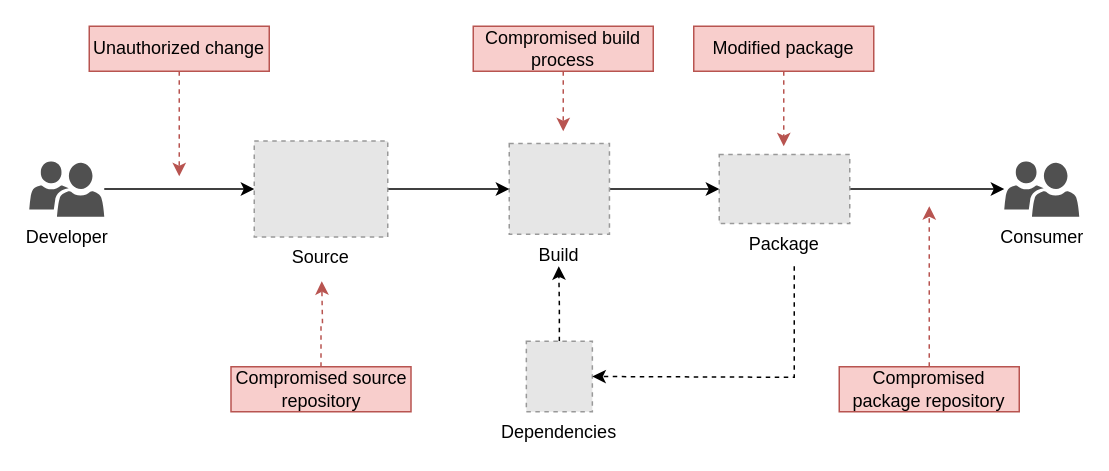
Above: threat_processing.drawio in jenninikko/jenninikko.github.io (draw.io), before the change. Source tidied: cells renumbered, new cells numbered last; positions are measured from the earlier drawing's top-left corner, leaving out a move shared by most shapes. Both pictures are drawn from the tidied source at 150%, with x=0, y=0 at pixel (28, 26). Pictures stored in the file or linked from it are replaced by grey dashed boxes.
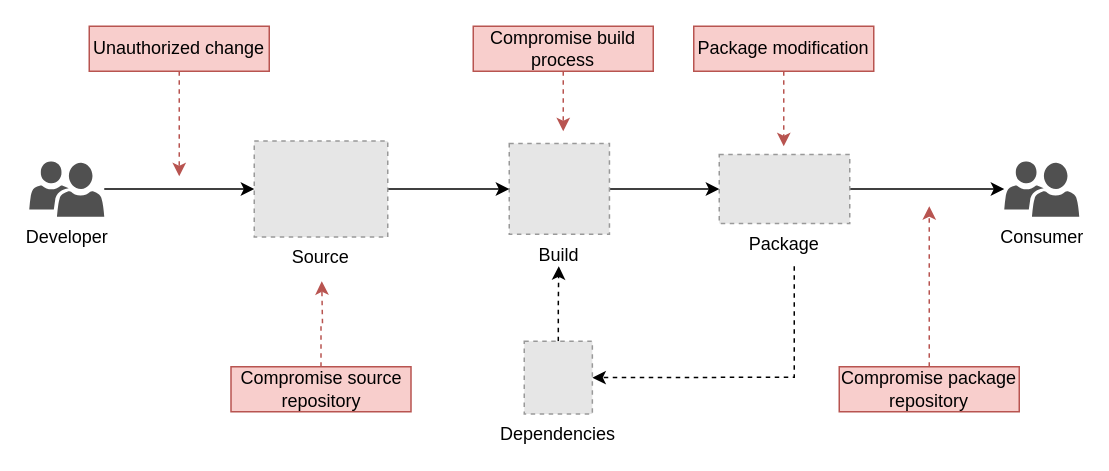
Above is the later version.

What changed in the source:
```diff
@@
     <mxCell id="10" value="Dependencies" style="fillColor=#E6E6E6;strokeColor=#999999;dashed=1;verticalLabelPosition=bottom;labelBackgroundColor=#ffffff;verticalAlign=top;" parent="1" vertex="1">
-      <mxGeometry x="331.4" y="210" width="44" height="47" as="geometry" />
+      <mxGeometry x="330" y="210" width="45.4" height="48.5" as="geometry" />
     </mxCell>
@@
-    <mxCell id="17" value="Compromised source repository" style="rounded=0;whiteSpace=wrap;html=1;fillColor=#f8cecc;strokeColor=#b85450;" parent="1" vertex="1">
+    <mxCell id="17" value="Compromise source repository" style="rounded=0;whiteSpace=wrap;html=1;fillColor=#f8cecc;strokeColor=#b85450;" parent="1" vertex="1">
       <mxGeometry x="134.5" y="227" width="120" height="30" as="geometry" />
     </mxCell>
@@
-    <mxCell id="19" value="Compromised build process" style="rounded=0;whiteSpace=wrap;html=1;fillColor=#f8cecc;strokeColor=#b85450;" parent="1" vertex="1">
+    <mxCell id="19" value="Compromise build process" style="rounded=0;whiteSpace=wrap;html=1;fillColor=#f8cecc;strokeColor=#b85450;" parent="1" vertex="1">
       <mxGeometry x="296" width="120" height="30" as="geometry" />
     </mxCell>
@@
-    <mxCell id="21" value="Modified package" style="rounded=0;whiteSpace=wrap;html=1;fillColor=#f8cecc;strokeColor=#b85450;" parent="1" vertex="1">
+    <mxCell id="21" value="Package modification" style="rounded=0;whiteSpace=wrap;html=1;fillColor=#f8cecc;strokeColor=#b85450;" parent="1" vertex="1">
       <mxGeometry x="443" width="120" height="30" as="geometry" />
     </mxCell>
-    <mxCell id="22" value="Compromised package repository" style="rounded=0;whiteSpace=wrap;html=1;fillColor=#f8cecc;strokeColor=#b85450;" parent="1" vertex="1">
+    <mxCell id="22" value="Compromise package repository" style="rounded=0;whiteSpace=wrap;html=1;fillColor=#f8cecc;strokeColor=#b85450;" parent="1" vertex="1">
       <mxGeometry x="540" y="227" width="120" height="30" as="geometry" />
     </mxCell>
```
